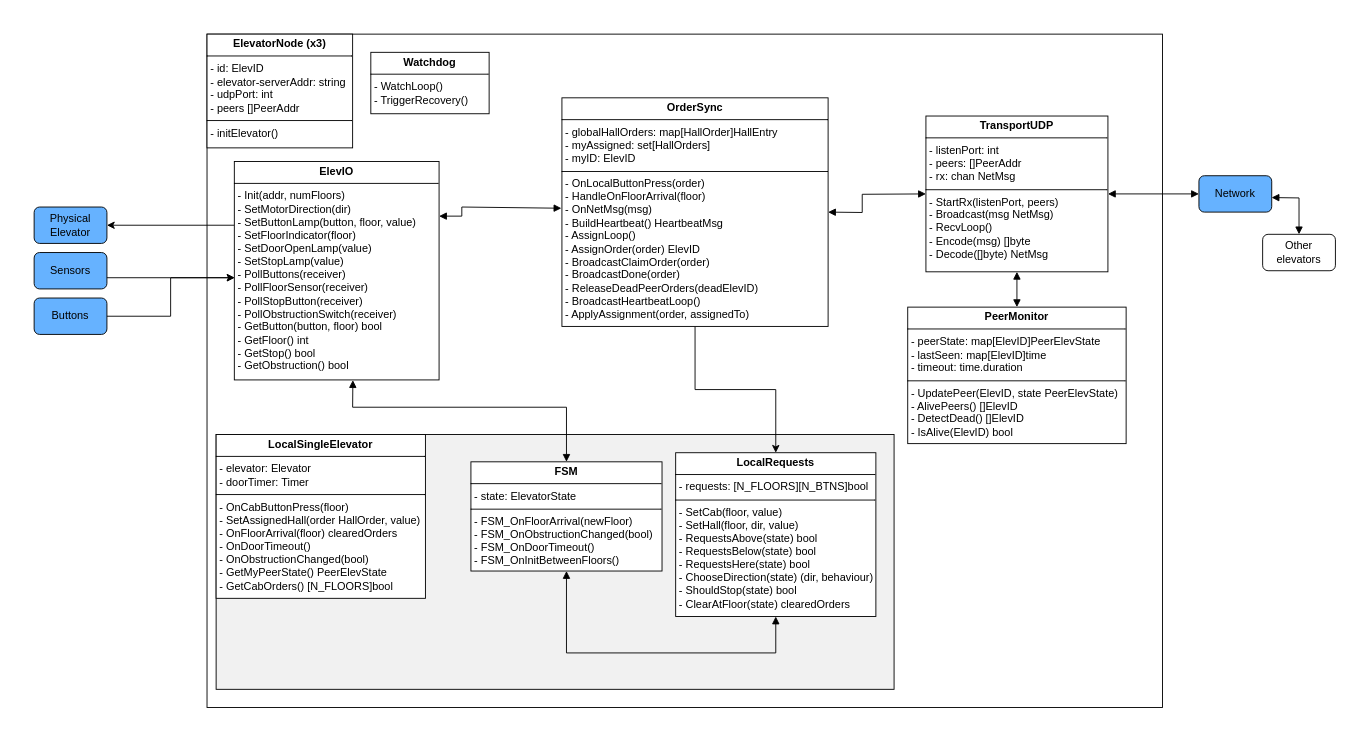
Before: Diagrams/component_diagram.drawio in SondreMyhre/TTK4145, a draw.io diagram. Source tidied: cells renumbered, new cells numbered last; positions are measured from the earlier drawing's top-left corner, leaving out a move shared by most shapes. Both pictures are drawn from the tidied source at 91%, with x=0, y=0 at pixel (15, 15).
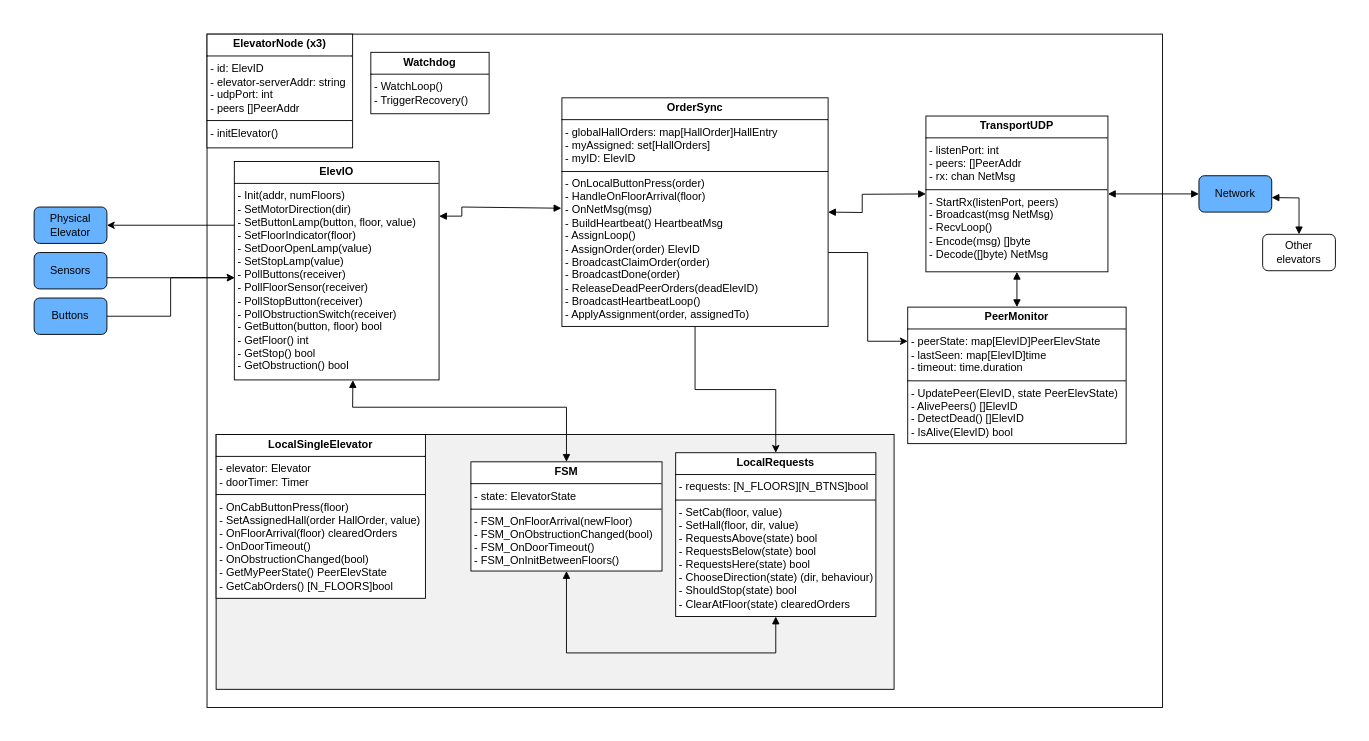
The same diagram, later.

Unchanged cells that the change refers to:
```xml
<mxCell id="11" value="&lt;p style=&quot;margin:0px;margin-top:4px;text-align:center;&quot;&gt;&lt;b&gt;OrderSync&lt;/b&gt;&lt;/p&gt;&lt;hr size=&quot;1&quot; style=&quot;border-style:solid;&quot;&gt;&lt;p style=&quot;margin:0px;margin-left:4px;&quot;&gt;- globalHallOrders: map[HallOrder]HallEntry&lt;/p&gt;&lt;p style=&quot;margin:0px;margin-left:4px;&quot;&gt;- myAssigned: set[HallOrders]&lt;/p&gt;&lt;p style=&quot;margin:0px;margin-left:4px;&quot;&gt;- myID: ElevID&lt;/p&gt;&lt;hr size=&quot;1&quot; style=&quot;border-style:solid;&quot;&gt;&lt;p style=&quot;margin:0px;margin-left:4px;&quot;&gt;- OnLocalButtonPress(order)&lt;/p&gt;&lt;p style=&quot;margin:0px;margin-left:4px;&quot;&gt;- HandleOnFloorArrival(floor)&amp;nbsp;&lt;/p&gt;&lt;p style=&quot;margin:0px;margin-left:4px;&quot;&gt;- OnNetMsg(msg)&lt;/p&gt;&lt;p style=&quot;margin:0px;margin-left:4px;&quot;&gt;- BuildHeartbeat() HeartbeatMsg&lt;/p&gt;&lt;p style=&quot;margin:0px;margin-left:4px;&quot;&gt;- AssignLoop()&lt;/p&gt;&lt;p style=&quot;margin:0px;margin-left:4px;&quot;&gt;- AssignOrder(order) ElevID&lt;/p&gt;&lt;p style=&quot;margin:0px;margin-left:4px;&quot;&gt;- BroadcastClaimOrder(order)&lt;/p&gt;&lt;p style=&quot;margin:0px;margin-left:4px;&quot;&gt;- BroadcastDone(order)&lt;/p&gt;&lt;p style=&quot;margin:0px;margin-left:4px;&quot;&gt;- ReleaseDeadPeerOrders(deadElevID)&lt;/p&gt;&lt;p style=&quot;margin:0px;margin-left:4px;&quot;&gt;- BroadcastHeartbeatLoop()&lt;/p&gt;&lt;p style=&quot;margin:0px;margin-left:4px;&quot;&gt;- ApplyAssignment(order, assignedTo)&lt;/p&gt;" style="verticalAlign=top;align=left;overflow=fill;html=1;whiteSpace=wrap;" parent="1" vertex="1">
  <mxGeometry x="600" y="90" width="292.5" height="251.2" as="geometry" />
</mxCell>
<mxCell id="13" value="&lt;p style=&quot;margin:0px;margin-top:4px;text-align:center;&quot;&gt;&lt;b&gt;PeerMonitor&lt;/b&gt;&lt;/p&gt;&lt;hr size=&quot;1&quot; style=&quot;border-style:solid;&quot;&gt;&lt;p style=&quot;margin:0px;margin-left:4px;&quot;&gt;- peerState: map[ElevID]PeerElevState&lt;/p&gt;&lt;p style=&quot;margin:0px;margin-left:4px;&quot;&gt;- lastSeen: map[ElevID]time&lt;/p&gt;&lt;p style=&quot;margin:0px;margin-left:4px;&quot;&gt;- timeout: time.duration&lt;/p&gt;&lt;hr size=&quot;1&quot; style=&quot;border-style:solid;&quot;&gt;&lt;p style=&quot;margin:0px;margin-left:4px;&quot;&gt;- UpdatePeer(ElevID, state PeerElevState&lt;span style=&quot;background-color: transparent; color: light-dark(rgb(0, 0, 0), rgb(255, 255, 255));&quot;&gt;)&lt;/span&gt;&lt;/p&gt;&lt;p style=&quot;margin:0px;margin-left:4px;&quot;&gt;&lt;span style=&quot;background-color: transparent; color: light-dark(rgb(0, 0, 0), rgb(255, 255, 255));&quot;&gt;- AlivePeers() []ElevID&lt;/span&gt;&lt;/p&gt;&lt;p style=&quot;margin:0px;margin-left:4px;&quot;&gt;&lt;span style=&quot;background-color: transparent; color: light-dark(rgb(0, 0, 0), rgb(255, 255, 255));&quot;&gt;- DetectDead() []ElevID&lt;/span&gt;&lt;/p&gt;&lt;p style=&quot;margin:0px;margin-left:4px;&quot;&gt;&lt;span style=&quot;background-color: transparent; color: light-dark(rgb(0, 0, 0), rgb(255, 255, 255));&quot;&gt;- IsAlive(ElevID) bool&lt;/span&gt;&lt;/p&gt;" style="verticalAlign=top;align=left;overflow=fill;html=1;whiteSpace=wrap;" parent="1" vertex="1">
  <mxGeometry x="980" y="320" width="240" height="150" as="geometry" />
</mxCell>
```

What changed in the source:
```diff
@@
+    <mxCell id="30" style="edgeStyle=orthogonalEdgeStyle;rounded=0;jettySize=auto;html=1;entryX=0;entryY=0.25;entryDx=0;entryDy=0;" parent="1" edge="1" source="11" target="13">
+      <mxGeometry relative="1" as="geometry">
+        <Array as="points">
+          <mxPoint x="936" y="260" />
+          <mxPoint x="936" y="358" />
+        </Array>
+      </mxGeometry>
+    </mxCell>
```
